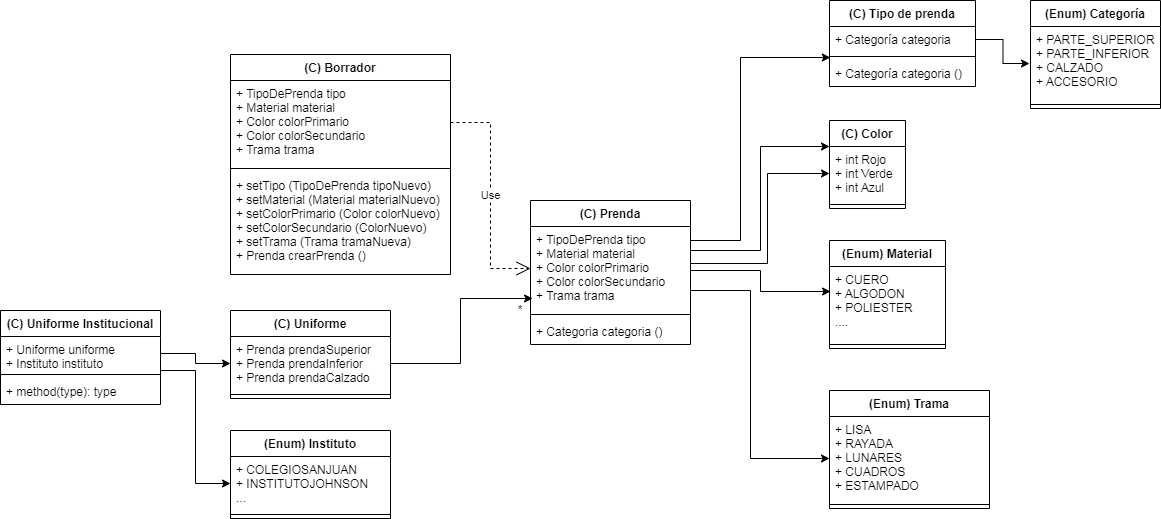
The draw.io diagram Resolucion de que me pongo/2da iteracion/QMP_diagrama_2da iteracion.drawio.png in NicolasWallovits/DDS, before a commit. Source tidied: cells renumbered, new cells last; positions are measured from the earlier drawing's top-left corner, leaving out a move shared by most shapes.
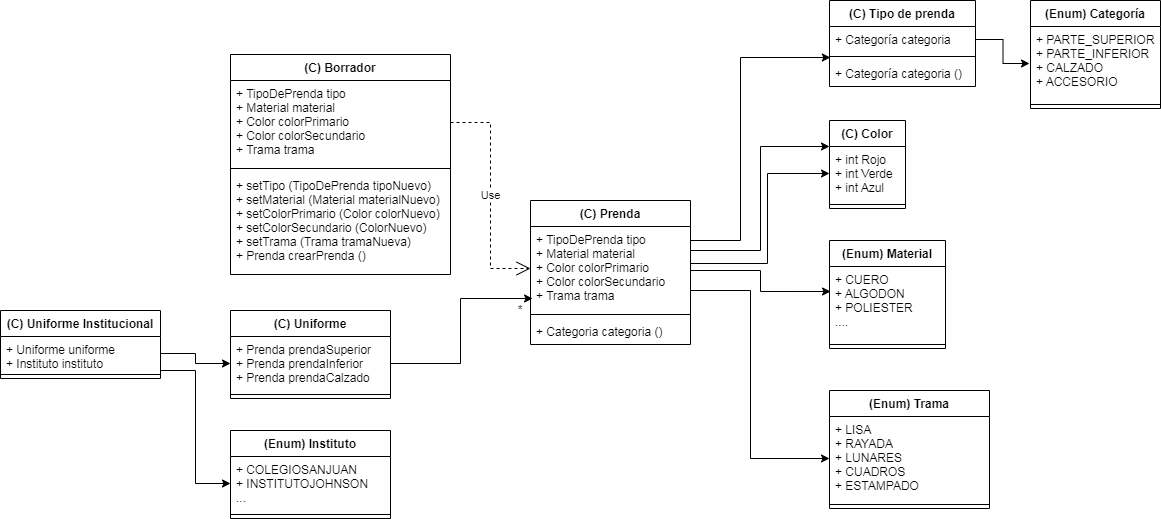
Later version of the same file.

Commit message:
Correccion en diagrama

Diff of the diagram source:
```diff
@@ -140,7 +140,7 @@
       <mxGeometry x="510" y="300" width="20" height="20" as="geometry" />
     </mxCell>
     <mxCell id="38" value="(C) Uniforme Institucional" style="swimlane;fontStyle=1;align=center;verticalAlign=top;horizontal=1;startSize=26;" parent="1" vertex="1">
-      <mxGeometry y="310" width="160" height="94" as="geometry" />
+      <mxGeometry y="310" width="160" height="68" as="geometry" />
     </mxCell>
     <mxCell id="39" value="+ Uniforme uniforme&#10;+ Instituto instituto" style="text;strokeColor=none;fillColor=none;align=left;verticalAlign=top;spacingLeft=4;spacingRight=4;overflow=hidden;points=[[0,0.5],[1,0.5]];portConstraint=eastwest;" parent="38" vertex="1">
       <mxGeometry y="26" width="160" height="34" as="geometry" />
@@ -148,9 +148,6 @@
     <mxCell id="40" style="line;strokeWidth=1;fillColor=none;align=left;verticalAlign=middle;spacingTop=-1;spacingLeft=3;spacingRight=3;labelPosition=right;" parent="38" vertex="1">
       <mxGeometry y="60" width="160" height="8" as="geometry" />
     </mxCell>
-    <mxCell id="41" value="+ method(type): type" style="text;strokeColor=none;fillColor=none;align=left;verticalAlign=top;spacingLeft=4;spacingRight=4;overflow=hidden;" parent="38" vertex="1">
-      <mxGeometry y="68" width="160" height="26" as="geometry" />
-    </mxCell>
     <mxCell id="42" value="(Enum) Instituto" style="swimlane;fontStyle=1;align=center;verticalAlign=top;horizontal=1;startSize=26;" parent="1" vertex="1">
       <mxGeometry x="230" y="430" width="160" height="88" as="geometry" />
     </mxCell>
```
